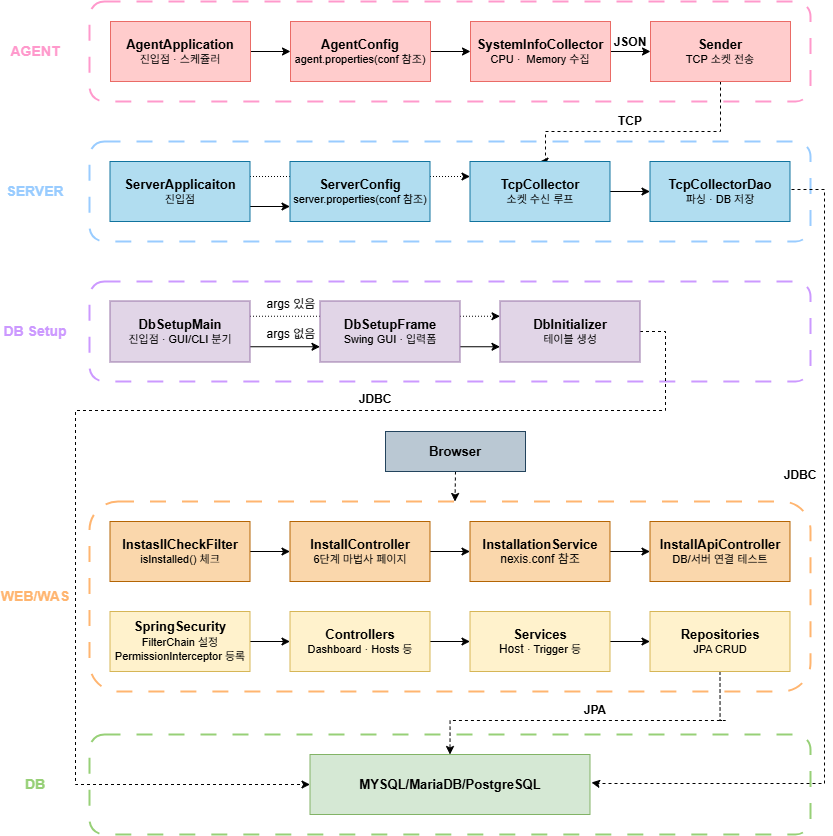
This is assets/img/설계도.drawio.png from Hyein-Park-git/Portfolio, a draw.io export, as it was before one commit. Source tidied: cells renumbered, new cells last; positions are measured from the earlier drawing's top-left corner, leaving out a move shared by most shapes.
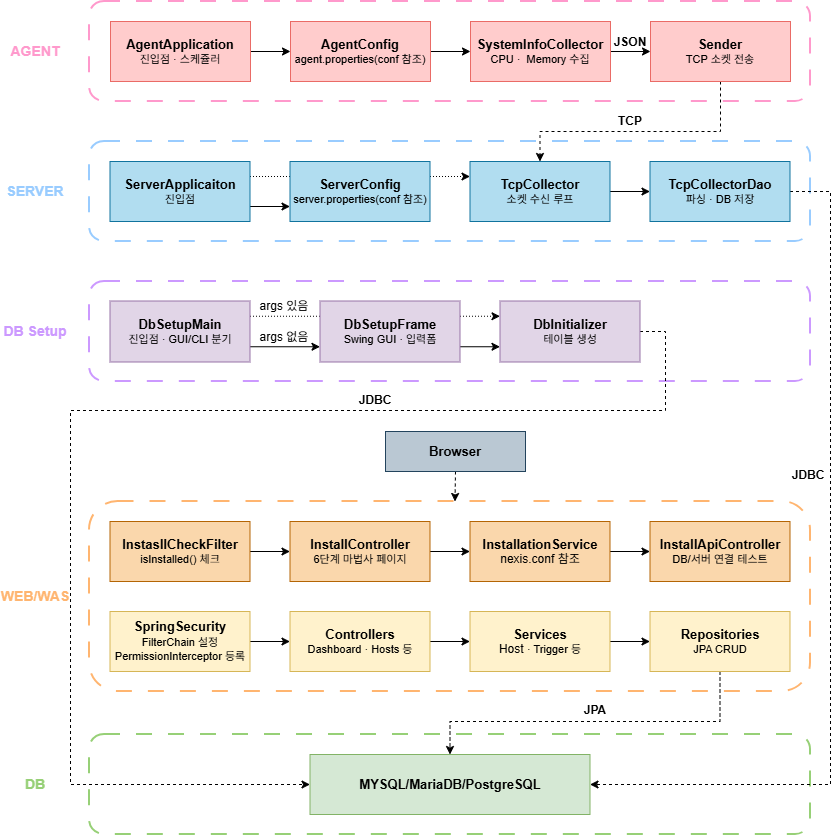
Later version of the same file.

The edit, as a diff of the source:
```diff
@@ -2,15 +2,15 @@
   <root>
     <mxCell id="0" />
     <mxCell id="1" parent="0" />
+    <mxCell id="4" style="rounded=1;whiteSpace=wrap;html=1;fillColor=none;dashed=1;strokeColor=#97D077;strokeWidth=2;dashPattern=8 8;" parent="1" vertex="1">
+      <mxGeometry x="89" y="733" width="721" height="100" as="geometry" />
+    </mxCell>
     <mxCell id="2" style="rounded=1;whiteSpace=wrap;html=1;fillColor=none;dashed=1;strokeColor=#CC99FF;strokeWidth=2;dashPattern=8 8;" parent="1" vertex="1">
       <mxGeometry x="89" y="280" width="721" height="100" as="geometry" />
     </mxCell>
     <mxCell id="3" style="edgeStyle=orthogonalEdgeStyle;rounded=0;jettySize=auto;html=1;exitX=1;exitY=0.25;exitDx=0;exitDy=0;entryX=0;entryY=0.25;entryDx=0;entryDy=0;dashed=1;dashPattern=1 2;" parent="1" edge="1" source="56" target="27">
       <mxGeometry relative="1" as="geometry" />
     </mxCell>
-    <mxCell id="4" style="rounded=1;whiteSpace=wrap;html=1;fillColor=none;dashed=1;strokeColor=#97D077;strokeWidth=2;dashPattern=8 8;" parent="1" vertex="1">
-      <mxGeometry x="89" y="733" width="721" height="100" as="geometry" />
-    </mxCell>
     <mxCell id="5" style="rounded=1;whiteSpace=wrap;html=1;fillColor=none;dashed=1;strokeColor=#FFB570;strokeWidth=2;dashPattern=8 8;" parent="1" vertex="1">
       <mxGeometry x="89" y="500" width="721" height="190" as="geometry" />
     </mxCell>
@@ -42,7 +42,7 @@
       <mxGeometry relative="1" as="geometry">
         <Array as="points">
           <mxPoint x="720" y="130" />
-          <mxPoint x="545" y="130" />
+          <mxPoint x="540" y="130" />
         </Array>
       </mxGeometry>
     </mxCell>
@@ -67,18 +67,14 @@
     <mxCell id="21" value="&lt;font style=&quot;font-size: 13px;&quot;&gt;&lt;b&gt;TcpCollector&lt;/b&gt;&lt;/font&gt;&lt;div&gt;&lt;font style=&quot;font-size: 11px;&quot;&gt;소켓 수신 루프&lt;/font&gt;&lt;/div&gt;" style="rounded=0;whiteSpace=wrap;html=1;fillColor=#b1ddf0;strokeColor=#10739e;" parent="1" vertex="1">
       <mxGeometry x="469.5" y="160" width="140" height="60" as="geometry" />
     </mxCell>
-    <mxCell id="22" style="edgeStyle=orthogonalEdgeStyle;rounded=0;orthogonalLoop=1;jettySize=auto;html=1;exitX=1;exitY=0.5;exitDx=0;exitDy=0;entryX=1;entryY=0.5;entryDx=0;entryDy=0;dashed=1;entryPerimeter=0;" parent="1" edge="1">
-      <mxGeometry relative="1" as="geometry">
-        <mxPoint x="791" y="188" as="sourcePoint" />
-        <mxPoint x="591" y="781" as="targetPoint" />
-        <Array as="points">
-          <mxPoint x="824" y="188" />
-          <mxPoint x="824" y="782" />
-          <mxPoint x="597" y="782" />
-          <mxPoint x="597" y="781" />
-        </Array>
-      </mxGeometry>
-    </mxCell>
+    <mxCell id="60" style="edgeStyle=orthogonalEdgeStyle;rounded=0;jettySize=auto;html=1;exitX=1;exitY=0.5;exitDx=0;exitDy=0;entryX=1;entryY=0.5;entryDx=0;entryDy=0;dashed=1;" parent="1" edge="1" source="23" target="45">
+      <mxGeometry relative="1" as="geometry">
+        <Array as="points">
+          <mxPoint x="830" y="190" />
+          <mxPoint x="830" y="783" />
+        </Array>
+      </mxGeometry>
+    </mxCell>
     <mxCell id="23" value="&lt;font style=&quot;font-size: 13px;&quot;&gt;&lt;b&gt;TcpCollectorDao&lt;/b&gt;&lt;/font&gt;&lt;div&gt;&lt;font style=&quot;font-size: 11px;&quot;&gt;파싱&amp;nbsp;&lt;/font&gt;&lt;span style=&quot;font-size: 11px; background-color: transparent; color: light-dark(rgb(0, 0, 0), rgb(255, 255, 255));&quot;&gt;·&amp;nbsp;&lt;/span&gt;&lt;span style=&quot;font-size: 11px; background-color: transparent; color: light-dark(rgb(0, 0, 0), rgb(255, 255, 255));&quot;&gt;DB 저장&lt;/span&gt;&lt;/div&gt;" style="rounded=0;whiteSpace=wrap;html=1;fillColor=#b1ddf0;strokeColor=#10739e;" parent="1" vertex="1">
       <mxGeometry x="649.5" y="160" width="140" height="60" as="geometry" />
     </mxCell>
@@ -93,8 +89,8 @@
         <Array as="points">
           <mxPoint x="665" y="330" />
           <mxPoint x="665" y="409" />
-          <mxPoint x="75" y="409" />
-          <mxPoint x="75" y="783" />
+          <mxPoint x="70" y="409" />
+          <mxPoint x="70" y="783" />
         </Array>
       </mxGeometry>
     </mxCell>
@@ -151,8 +147,8 @@
     <mxCell id="43" style="edgeStyle=orthogonalEdgeStyle;rounded=0;jettySize=auto;html=1;exitX=0.5;exitY=1;exitDx=0;exitDy=0;entryX=0.5;entryY=0;entryDx=0;entryDy=0;dashed=1;" parent="1" edge="1" source="44" target="45">
       <mxGeometry relative="1" as="geometry">
         <Array as="points">
-          <mxPoint x="725" y="719" />
-          <mxPoint x="455" y="719" />
+          <mxPoint x="720" y="720" />
+          <mxPoint x="450" y="720" />
         </Array>
       </mxGeometry>
     </mxCell>
@@ -166,7 +162,7 @@
       <mxGeometry x="595" y="110" width="70" height="20" as="geometry" />
     </mxCell>
     <mxCell id="47" value="&lt;b&gt;JDBC&lt;/b&gt;" style="text;html=1;whiteSpace=wrap;strokeColor=none;fillColor=none;align=center;verticalAlign=middle;rounded=0;" parent="1" vertex="1">
-      <mxGeometry x="345" y="383" width="60" height="30" as="geometry" />
+      <mxGeometry x="345" y="384" width="60" height="30" as="geometry" />
     </mxCell>
     <mxCell id="48" value="&lt;b&gt;JPA&lt;/b&gt;" style="text;html=1;whiteSpace=wrap;strokeColor=none;fillColor=none;align=center;verticalAlign=middle;rounded=0;" parent="1" vertex="1">
       <mxGeometry x="565" y="694" width="60" height="30" as="geometry" />
@@ -184,7 +180,7 @@
       <mxGeometry x="5" y="768" width="60" height="30" as="geometry" />
     </mxCell>
     <mxCell id="53" value="&lt;b&gt;JDBC&lt;/b&gt;" style="text;html=1;whiteSpace=wrap;strokeColor=none;fillColor=none;align=center;verticalAlign=middle;rounded=0;" parent="1" vertex="1">
-      <mxGeometry x="770" y="459" width="60" height="30" as="geometry" />
+      <mxGeometry x="778" y="459" width="60" height="30" as="geometry" />
     </mxCell>
     <mxCell id="54" value="&lt;font style=&quot;font-size: 14px; color: rgb(204, 153, 255);&quot;&gt;&lt;b style=&quot;&quot;&gt;DB Setup&lt;/b&gt;&lt;/font&gt;" style="text;html=1;whiteSpace=wrap;strokeColor=none;fillColor=none;align=center;verticalAlign=middle;rounded=0;" parent="1" vertex="1">
       <mxGeometry y="315" width="70" height="30" as="geometry" />
@@ -196,10 +192,10 @@
       <mxGeometry x="109.5" y="299.5" width="140" height="61" as="geometry" />
     </mxCell>
     <mxCell id="57" value="args 없음" style="text;html=1;whiteSpace=wrap;strokeColor=none;fillColor=none;align=center;verticalAlign=middle;rounded=0;" parent="1" vertex="1">
-      <mxGeometry x="261" y="318" width="60" height="30" as="geometry" />
+      <mxGeometry x="254" y="321" width="60" height="30" as="geometry" />
     </mxCell>
     <mxCell id="58" value="args 있음" style="text;html=1;whiteSpace=wrap;strokeColor=none;fillColor=none;align=center;verticalAlign=middle;rounded=0;" parent="1" vertex="1">
-      <mxGeometry x="261" y="288" width="60" height="30" as="geometry" />
+      <mxGeometry x="254" y="290" width="60" height="30" as="geometry" />
     </mxCell>
     <mxCell id="59" value="&lt;b&gt;JSON&lt;/b&gt;" style="text;html=1;whiteSpace=wrap;strokeColor=none;fillColor=none;align=center;verticalAlign=middle;rounded=0;" parent="1" vertex="1">
       <mxGeometry x="595" y="26" width="70" height="30" as="geometry" />
```
